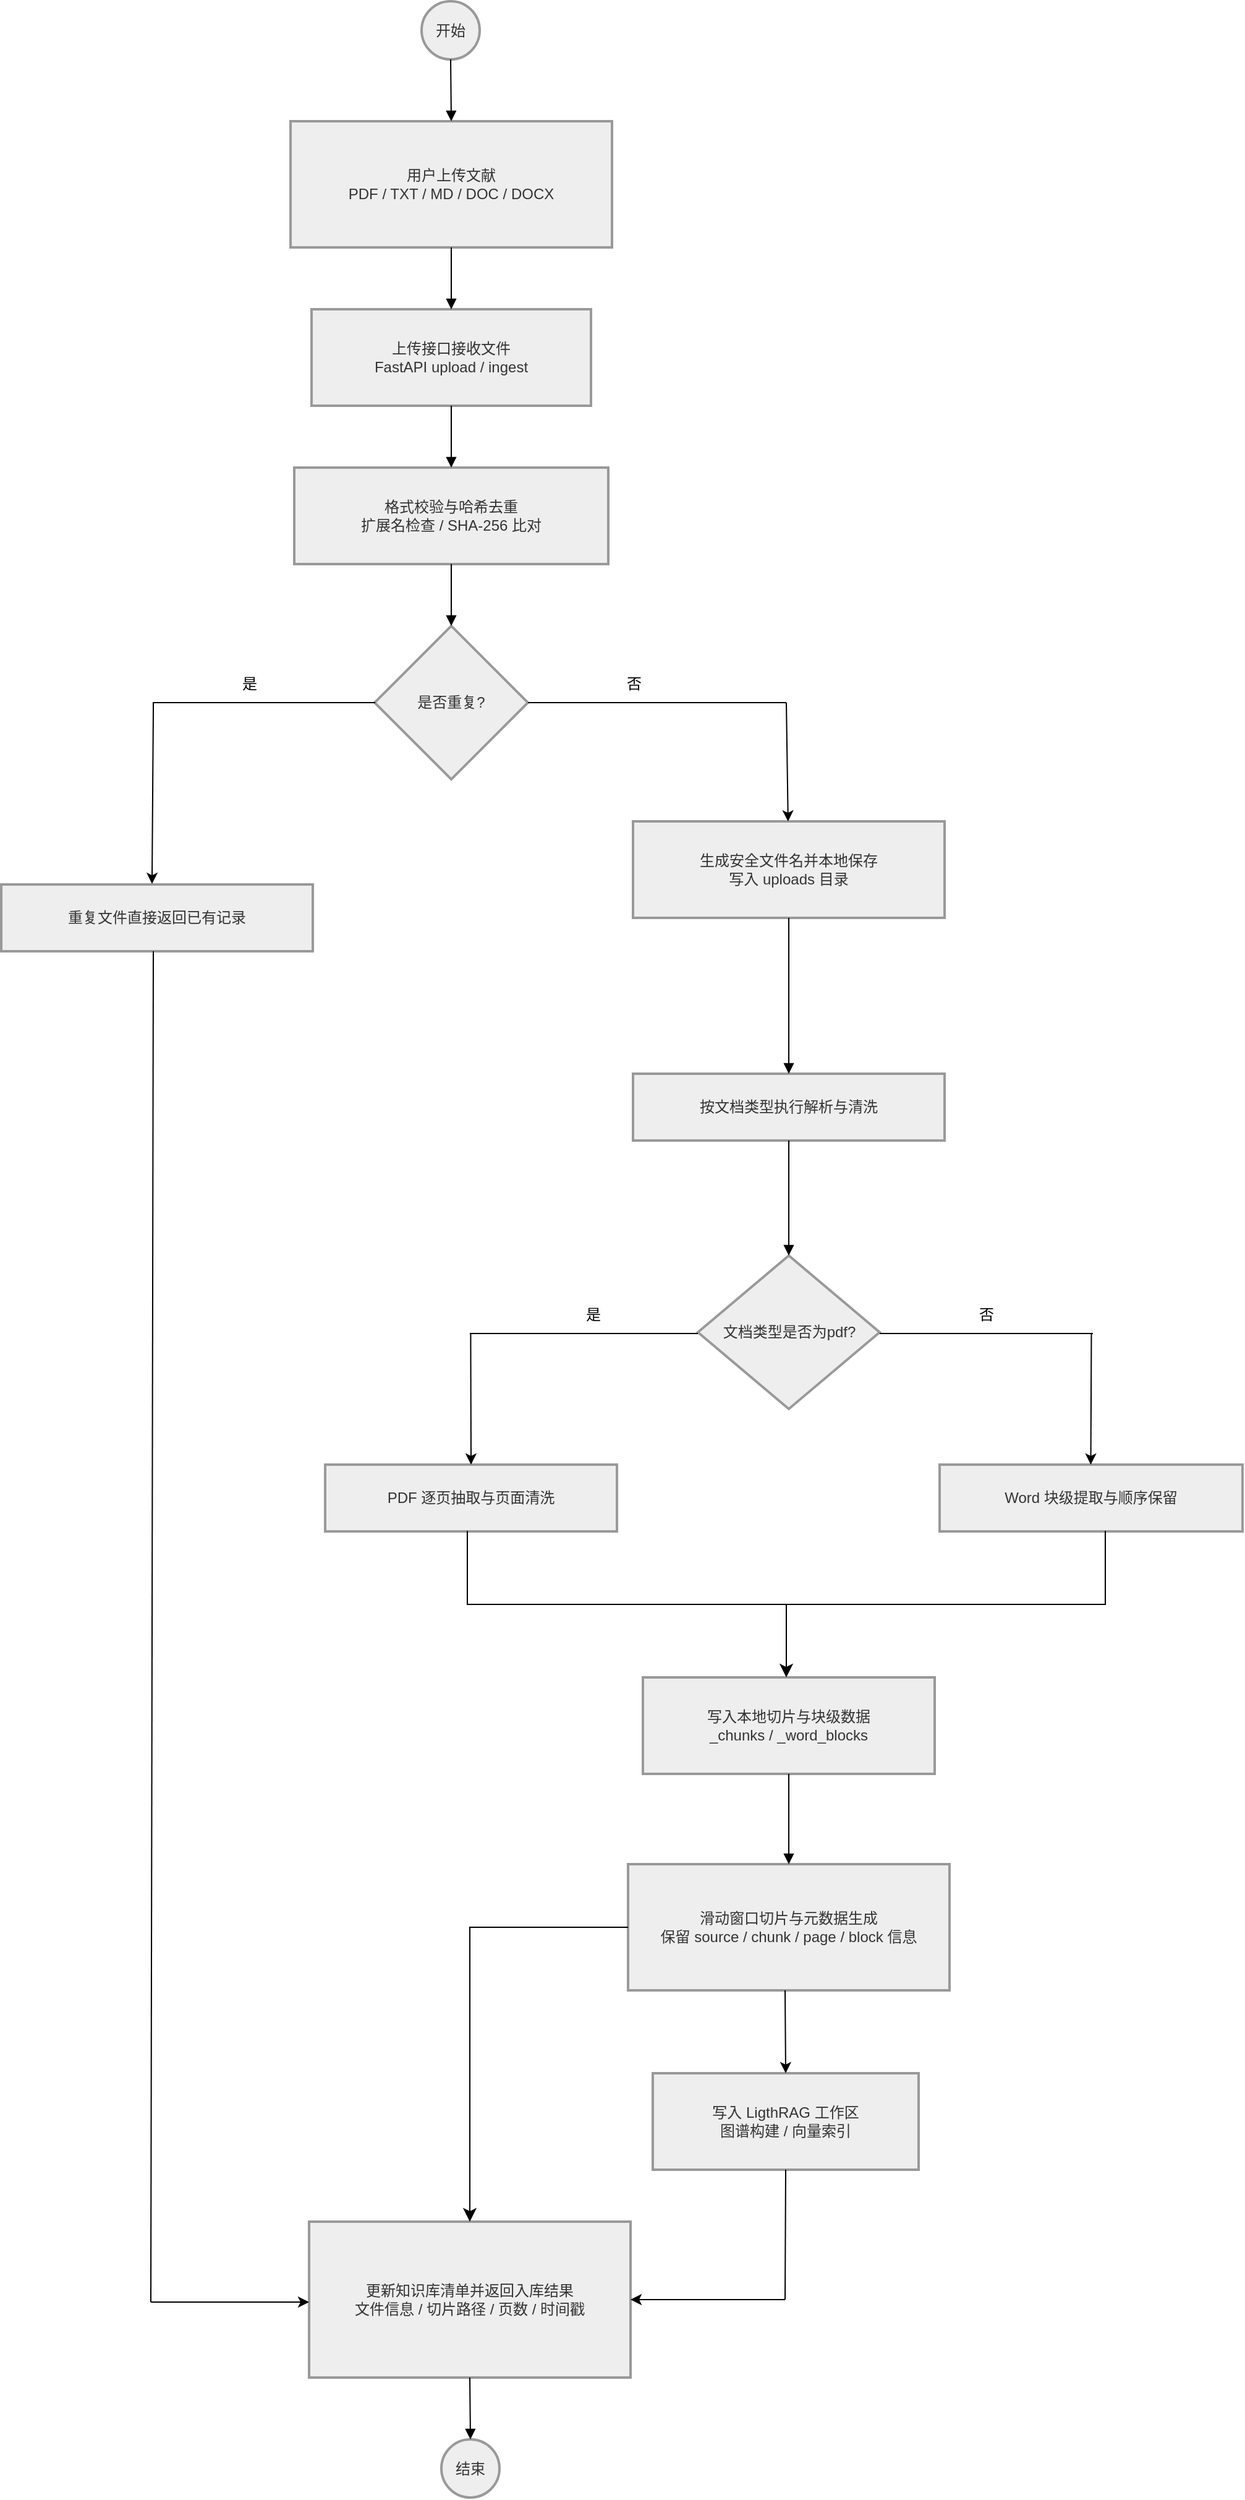
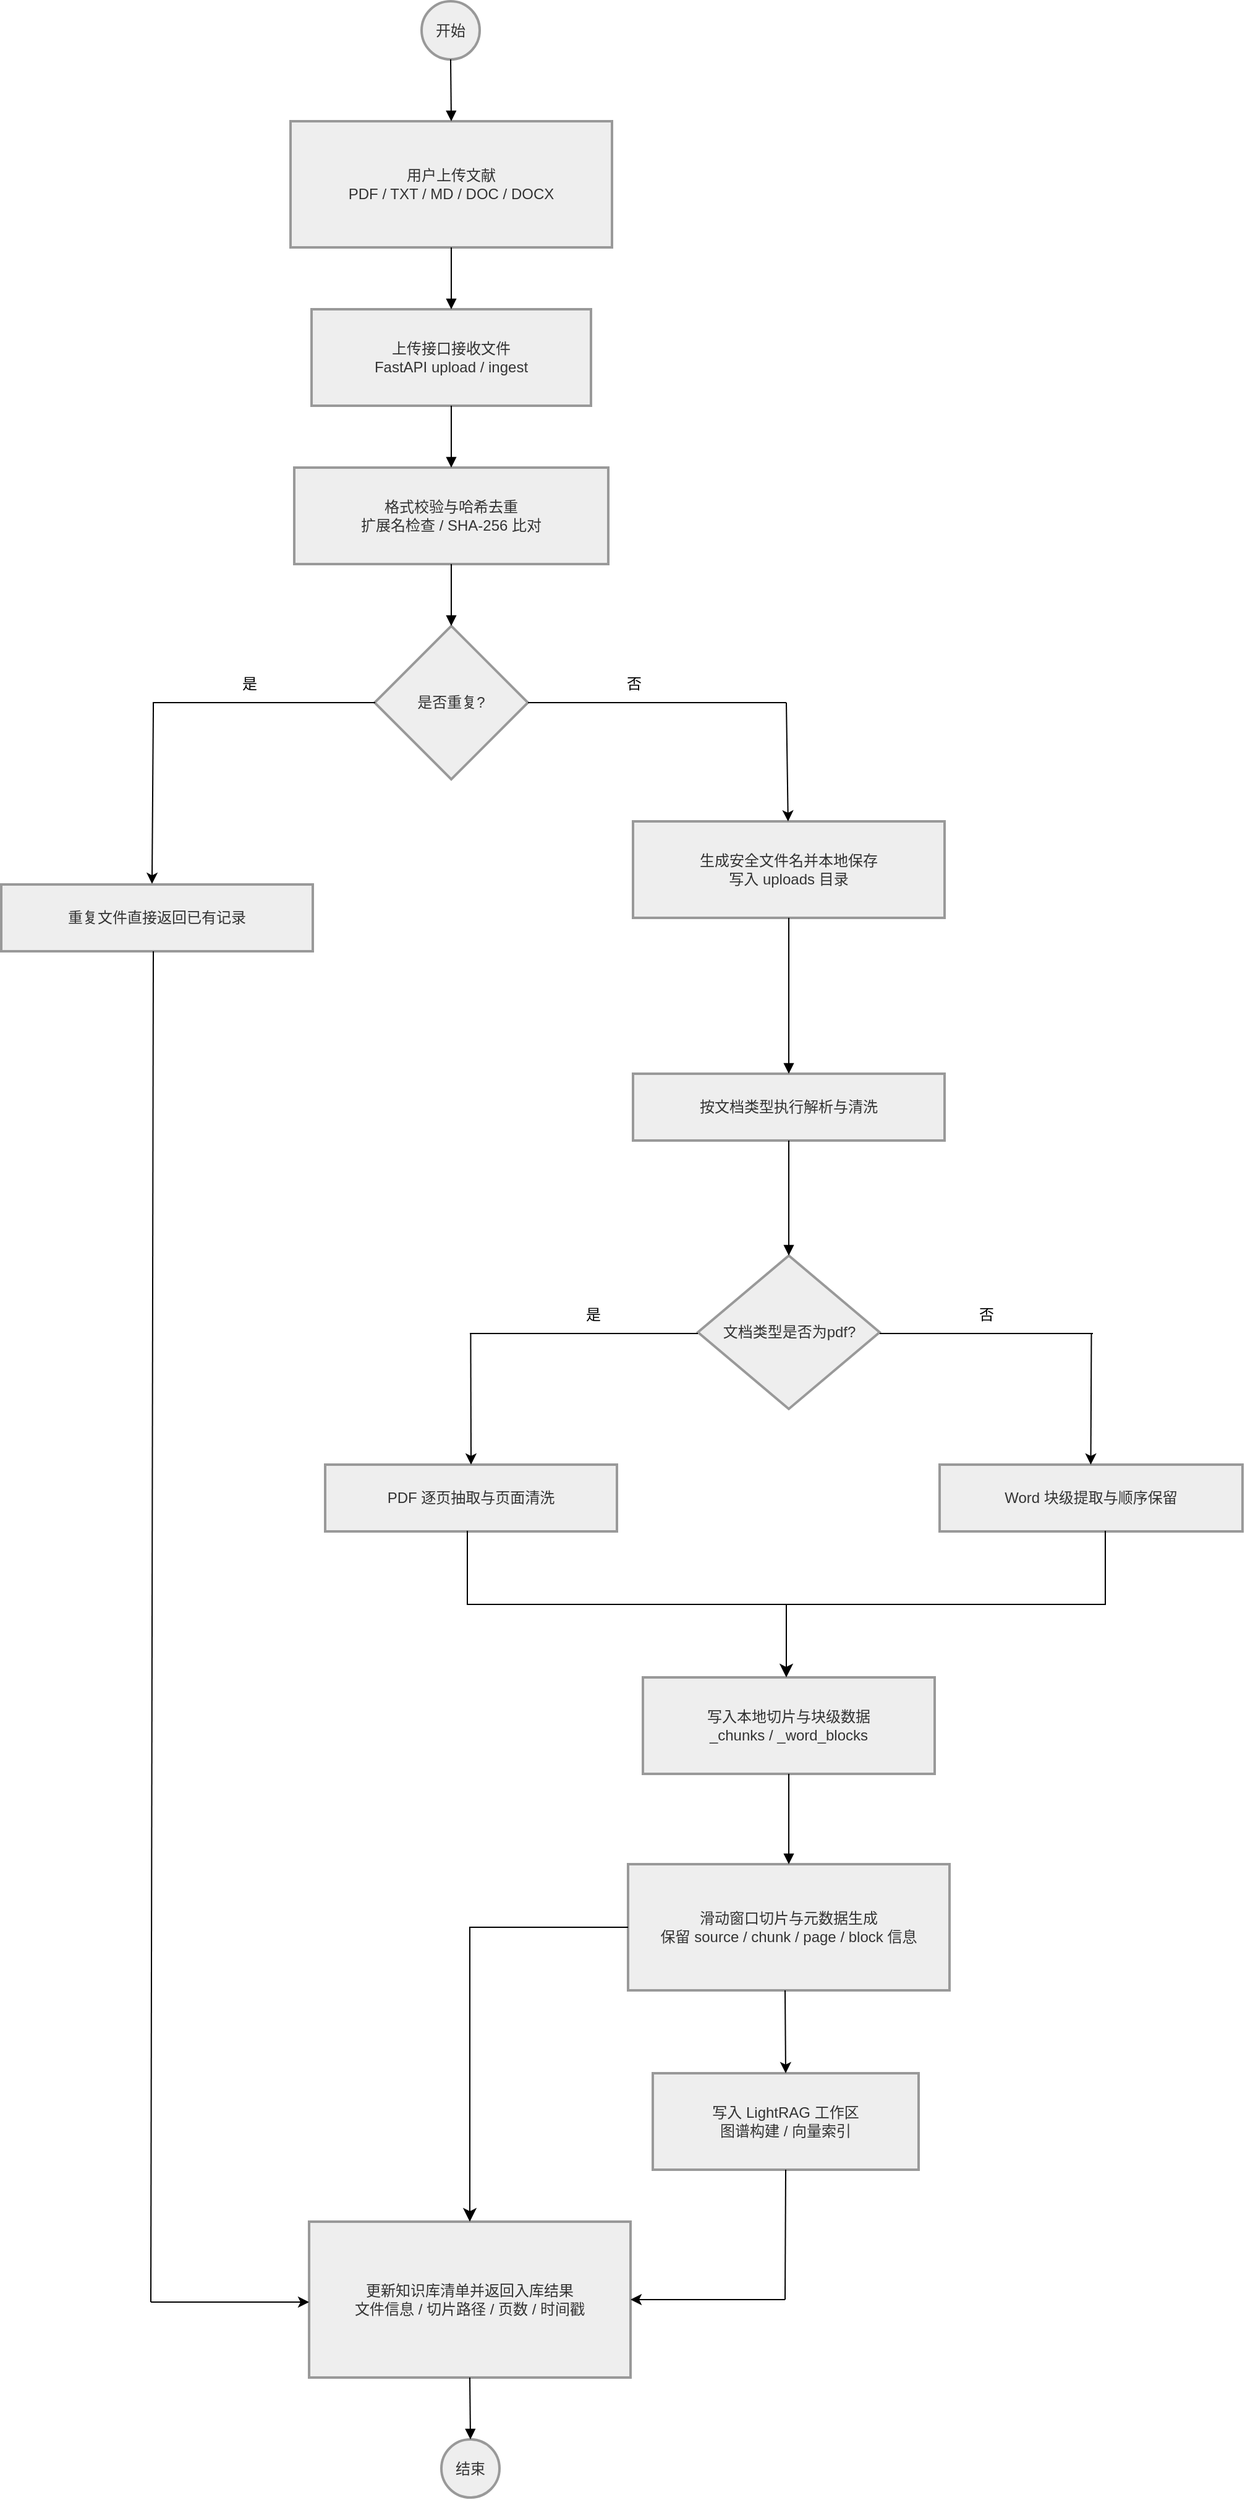
<mxfile host="app.diagrams.net">
  <diagram name="第 1 页" id="eaUElhT30oACYhtyObeu">
-     <mxGraphModel dx="734" dy="560" grid="0" gridSize="10" guides="0" tooltips="1" connect="1" arrows="1" fold="1" page="0" pageScale="1" pageWidth="827" pageHeight="1169" math="0" shadow="0">
+     <mxGraphModel dx="772" dy="677" grid="0" gridSize="10" guides="0" tooltips="1" connect="1" arrows="1" fold="1" page="0" pageScale="1" pageWidth="827" pageHeight="1169" math="0" shadow="0">
      <root>
        <mxCell id="0" />
        <mxCell id="1" parent="0" />
        <mxCell id="MYJxhn6R5cKvL6b2bYBv-18" parent="1" style="ellipse;aspect=fixed;strokeWidth=2;whiteSpace=wrap;fillColor=light-dark(#eeeeee,#1f2020);strokeColor=light-dark(#999999,#cccccc);fontColor=light-dark(#333333,#cccccc);" value="开始" vertex="1">
          <mxGeometry height="47" width="47" x="769" y="150" as="geometry" />
        </mxCell>
        <mxCell id="MYJxhn6R5cKvL6b2bYBv-19" parent="1" style="whiteSpace=wrap;strokeWidth=2;fillColor=light-dark(#eeeeee,#1f2020);strokeColor=light-dark(#999999,#cccccc);fontColor=light-dark(#333333,#cccccc);" value="用户上传文献&#xa;PDF / TXT / MD / DOC / DOCX" vertex="1">
          <mxGeometry height="102" width="260" x="663" y="247" as="geometry" />
        </mxCell>
        <mxCell id="MYJxhn6R5cKvL6b2bYBv-20" parent="1" style="whiteSpace=wrap;strokeWidth=2;fillColor=light-dark(#eeeeee,#1f2020);strokeColor=light-dark(#999999,#cccccc);fontColor=light-dark(#333333,#cccccc);" value="上传接口接收文件&#xa;FastAPI upload / ingest" vertex="1">
          <mxGeometry height="78" width="226" x="680" y="399" as="geometry" />
        </mxCell>
        <mxCell id="MYJxhn6R5cKvL6b2bYBv-21" parent="1" style="whiteSpace=wrap;strokeWidth=2;fillColor=light-dark(#eeeeee,#1f2020);strokeColor=light-dark(#999999,#cccccc);fontColor=light-dark(#333333,#cccccc);" value="格式校验与哈希去重&#xa;扩展名检查 / SHA-256 比对" vertex="1">
          <mxGeometry height="78" width="254" x="666" y="527" as="geometry" />
        </mxCell>
        <mxCell id="MYJxhn6R5cKvL6b2bYBv-22" parent="1" style="rhombus;strokeWidth=2;whiteSpace=wrap;fillColor=light-dark(#eeeeee,#1f2020);strokeColor=light-dark(#999999,#cccccc);fontColor=light-dark(#333333,#cccccc);" value="是否重复?" vertex="1">
          <mxGeometry height="124" width="124" x="731" y="655" as="geometry" />
        </mxCell>
        <mxCell id="MYJxhn6R5cKvL6b2bYBv-23" parent="1" style="whiteSpace=wrap;strokeWidth=2;fillColor=light-dark(#eeeeee,#1f2020);strokeColor=light-dark(#999999,#cccccc);fontColor=light-dark(#333333,#cccccc);" value="重复文件直接返回已有记录" vertex="1">
          <mxGeometry height="54" width="252" x="429" y="864" as="geometry" />
        </mxCell>
        <mxCell id="MYJxhn6R5cKvL6b2bYBv-24" parent="1" style="whiteSpace=wrap;strokeWidth=2;fillColor=light-dark(#eeeeee,#1f2020);strokeColor=light-dark(#999999,#cccccc);fontColor=light-dark(#333333,#cccccc);" value="生成安全文件名并本地保存&#xa;写入 uploads 目录" vertex="1">
          <mxGeometry height="78" width="252" x="940" y="813" as="geometry" />
        </mxCell>
        <mxCell id="MYJxhn6R5cKvL6b2bYBv-25" parent="1" style="whiteSpace=wrap;strokeWidth=2;fillColor=light-dark(#eeeeee,#1f2020);strokeColor=light-dark(#999999,#cccccc);fontColor=light-dark(#333333,#cccccc);" value="按文档类型执行解析与清洗" vertex="1">
          <mxGeometry height="54" width="252" x="940" y="1017" as="geometry" />
        </mxCell>
        <mxCell id="MYJxhn6R5cKvL6b2bYBv-26" parent="1" style="rhombus;strokeWidth=2;whiteSpace=wrap;fillColor=light-dark(#eeeeee,#1f2020);strokeColor=light-dark(#999999,#cccccc);fontColor=light-dark(#333333,#cccccc);" value="文档类型是否为pdf?" vertex="1">
          <mxGeometry height="124" width="147" x="992.5" y="1164" as="geometry" />
        </mxCell>
        <mxCell id="MYJxhn6R5cKvL6b2bYBv-27" parent="1" style="whiteSpace=wrap;strokeWidth=2;fillColor=light-dark(#eeeeee,#1f2020);strokeColor=light-dark(#999999,#cccccc);fontColor=light-dark(#333333,#cccccc);" value="PDF 逐页抽取与页面清洗" vertex="1">
          <mxGeometry height="54" width="236" x="691" y="1333" as="geometry" />
        </mxCell>
        <mxCell id="MYJxhn6R5cKvL6b2bYBv-28" parent="1" style="whiteSpace=wrap;strokeWidth=2;fillColor=light-dark(#eeeeee,#1f2020);strokeColor=light-dark(#999999,#cccccc);fontColor=light-dark(#333333,#cccccc);" value="Word 块级提取与顺序保留" vertex="1">
          <mxGeometry height="54" width="245" x="1188" y="1333" as="geometry" />
        </mxCell>
        <mxCell id="MYJxhn6R5cKvL6b2bYBv-29" parent="1" style="whiteSpace=wrap;strokeWidth=2;fillColor=light-dark(#eeeeee,#1f2020);strokeColor=light-dark(#999999,#cccccc);fontColor=light-dark(#333333,#cccccc);" value="写入本地切片与块级数据&#xa;_chunks / _word_blocks" vertex="1">
          <mxGeometry height="78" width="236" x="948" y="1505" as="geometry" />
        </mxCell>
        <mxCell id="MYJxhn6R5cKvL6b2bYBv-30" parent="1" style="whiteSpace=wrap;strokeWidth=2;fillColor=light-dark(#eeeeee,#1f2020);strokeColor=light-dark(#999999,#cccccc);fontColor=light-dark(#333333,#cccccc);" value="滑动窗口切片与元数据生成&#xa;保留 source / chunk / page / block 信息" vertex="1">
          <mxGeometry height="102" width="260" x="936" y="1656" as="geometry" />
        </mxCell>
-         <mxCell id="MYJxhn6R5cKvL6b2bYBv-31" parent="1" style="whiteSpace=wrap;strokeWidth=2;fillColor=light-dark(#eeeeee,#1f2020);strokeColor=light-dark(#999999,#cccccc);fontColor=light-dark(#333333,#cccccc);" value="写入 LigthRAG 工作区&#xa;图谱构建 / 向量索引" vertex="1">
+         <mxCell id="MYJxhn6R5cKvL6b2bYBv-31" parent="1" style="whiteSpace=wrap;strokeWidth=2;fillColor=light-dark(#eeeeee,#1f2020);strokeColor=light-dark(#999999,#cccccc);fontColor=light-dark(#333333,#cccccc);" value="写入 LightRAG 工作区&#xa;图谱构建 / 向量索引" vertex="1">
          <mxGeometry height="78" width="215" x="956" y="1825" as="geometry" />
        </mxCell>
        <mxCell id="MYJxhn6R5cKvL6b2bYBv-32" parent="1" style="whiteSpace=wrap;strokeWidth=2;fillColor=light-dark(#eeeeee,#1f2020);strokeColor=light-dark(#999999,#cccccc);fontColor=light-dark(#333333,#cccccc);" value="更新知识库清单并返回入库结果&#xa;文件信息 / 切片路径 / 页数 / 时间戳" vertex="1">
          <mxGeometry height="126" width="260" x="678" y="1945" as="geometry" />
        </mxCell>
        <mxCell id="MYJxhn6R5cKvL6b2bYBv-33" parent="1" style="ellipse;aspect=fixed;strokeWidth=2;whiteSpace=wrap;fillColor=light-dark(#eeeeee,#1f2020);strokeColor=light-dark(#999999,#cccccc);fontColor=light-dark(#333333,#cccccc);" value="结束" vertex="1">
          <mxGeometry height="47" width="47" x="785" y="2121" as="geometry" />
        </mxCell>
        <mxCell id="MYJxhn6R5cKvL6b2bYBv-34" edge="1" parent="1" source="MYJxhn6R5cKvL6b2bYBv-18" style="curved=1;startArrow=none;endArrow=block;exitX=0.51;exitY=1;entryX=0.5;entryY=0;rounded=0;" target="MYJxhn6R5cKvL6b2bYBv-19" value="">
          <mxGeometry relative="1" as="geometry">
            <Array as="points" />
          </mxGeometry>
        </mxCell>
        <mxCell id="MYJxhn6R5cKvL6b2bYBv-35" edge="1" parent="1" source="MYJxhn6R5cKvL6b2bYBv-19" style="curved=1;startArrow=none;endArrow=block;exitX=0.5;exitY=1;entryX=0.5;entryY=0;rounded=0;" target="MYJxhn6R5cKvL6b2bYBv-20" value="">
          <mxGeometry relative="1" as="geometry">
            <Array as="points" />
          </mxGeometry>
        </mxCell>
        <mxCell id="MYJxhn6R5cKvL6b2bYBv-36" edge="1" parent="1" source="MYJxhn6R5cKvL6b2bYBv-20" style="curved=1;startArrow=none;endArrow=block;exitX=0.5;exitY=1;entryX=0.5;entryY=0;rounded=0;" target="MYJxhn6R5cKvL6b2bYBv-21" value="">
          <mxGeometry relative="1" as="geometry">
            <Array as="points" />
          </mxGeometry>
        </mxCell>
        <mxCell id="MYJxhn6R5cKvL6b2bYBv-37" edge="1" parent="1" source="MYJxhn6R5cKvL6b2bYBv-21" style="curved=1;startArrow=none;endArrow=block;exitX=0.5;exitY=1;entryX=0.5;entryY=0;rounded=0;" target="MYJxhn6R5cKvL6b2bYBv-22" value="">
          <mxGeometry relative="1" as="geometry">
            <Array as="points" />
          </mxGeometry>
        </mxCell>
        <mxCell id="MYJxhn6R5cKvL6b2bYBv-40" edge="1" parent="1" source="MYJxhn6R5cKvL6b2bYBv-24" style="curved=1;startArrow=none;endArrow=block;exitX=0.5;exitY=1;entryX=0.5;entryY=0;rounded=0;" target="MYJxhn6R5cKvL6b2bYBv-25" value="">
          <mxGeometry relative="1" as="geometry">
            <Array as="points" />
          </mxGeometry>
        </mxCell>
        <mxCell id="MYJxhn6R5cKvL6b2bYBv-41" edge="1" parent="1" source="MYJxhn6R5cKvL6b2bYBv-25" style="curved=1;startArrow=none;endArrow=block;exitX=0.5;exitY=1;entryX=0.5;entryY=0;rounded=0;" target="MYJxhn6R5cKvL6b2bYBv-26" value="">
          <mxGeometry relative="1" as="geometry">
            <Array as="points" />
          </mxGeometry>
        </mxCell>
        <mxCell id="MYJxhn6R5cKvL6b2bYBv-46" edge="1" parent="1" source="MYJxhn6R5cKvL6b2bYBv-29" style="curved=1;startArrow=none;endArrow=block;exitX=0.5;exitY=1;entryX=0.5;entryY=0;rounded=0;" target="MYJxhn6R5cKvL6b2bYBv-30" value="">
          <mxGeometry relative="1" as="geometry">
            <Array as="points" />
          </mxGeometry>
        </mxCell>
        <mxCell id="MYJxhn6R5cKvL6b2bYBv-51" edge="1" parent="1" source="MYJxhn6R5cKvL6b2bYBv-32" style="curved=1;startArrow=none;endArrow=block;exitX=0.5;exitY=1;entryX=0.5;entryY=-0.01;rounded=0;" target="MYJxhn6R5cKvL6b2bYBv-33" value="">
          <mxGeometry relative="1" as="geometry">
            <Array as="points" />
          </mxGeometry>
        </mxCell>
        <mxCell id="MYJxhn6R5cKvL6b2bYBv-53" parent="1" style="shape=partialRectangle;whiteSpace=wrap;html=1;bottom=0;right=0;fillColor=none;" value="" vertex="1">
          <mxGeometry height="7" width="179" x="552" y="717" as="geometry" />
        </mxCell>
        <mxCell id="MYJxhn6R5cKvL6b2bYBv-59" edge="1" parent="1" style="edgeStyle=segmentEdgeStyle;endArrow=classic;html=1;curved=0;rounded=0;endSize=8;startSize=8;entryX=0;entryY=0.5;entryDx=0;entryDy=0;entryPerimeter=0;" value="">
          <mxGeometry height="50" relative="1" width="50" as="geometry">
            <mxPoint x="1056" y="1446" as="sourcePoint" />
            <mxPoint x="1064" y="1505.0000000000002" as="targetPoint" />
          </mxGeometry>
        </mxCell>
        <mxCell id="MYJxhn6R5cKvL6b2bYBv-60" parent="1" style="shape=partialRectangle;whiteSpace=wrap;html=1;bottom=0;right=0;fillColor=none;direction=west;" value="" vertex="1">
          <mxGeometry height="59" width="259" x="1063" y="1387" as="geometry" />
        </mxCell>
        <mxCell id="MYJxhn6R5cKvL6b2bYBv-61" parent="1" style="shape=partialRectangle;whiteSpace=wrap;html=1;bottom=0;right=0;fillColor=none;direction=north;" value="" vertex="1">
          <mxGeometry height="59" width="258" x="806" y="1387" as="geometry" />
        </mxCell>
        <mxCell id="MYJxhn6R5cKvL6b2bYBv-63" edge="1" parent="1" style="endArrow=classic;html=1;rounded=0;entryX=0.484;entryY=-0.009;entryDx=0;entryDy=0;entryPerimeter=0;" target="MYJxhn6R5cKvL6b2bYBv-23" value="">
          <mxGeometry height="50" relative="1" width="50" as="geometry">
            <mxPoint x="552" y="723" as="sourcePoint" />
            <mxPoint x="552" y="779" as="targetPoint" />
          </mxGeometry>
        </mxCell>
        <mxCell id="MYJxhn6R5cKvL6b2bYBv-64" edge="1" parent="1" style="endArrow=classic;html=1;rounded=0;" target="MYJxhn6R5cKvL6b2bYBv-24" value="">
          <mxGeometry height="50" relative="1" width="50" as="geometry">
            <mxPoint x="1064" y="717" as="sourcePoint" />
            <mxPoint x="1114" y="667" as="targetPoint" />
          </mxGeometry>
        </mxCell>
        <mxCell id="MYJxhn6R5cKvL6b2bYBv-66" edge="1" parent="1" style="endArrow=none;html=1;rounded=0;" value="">
          <mxGeometry height="50" relative="1" width="50" as="geometry">
            <mxPoint x="855" y="717" as="sourcePoint" />
            <mxPoint x="1064" y="717" as="targetPoint" />
          </mxGeometry>
        </mxCell>
        <mxCell id="MYJxhn6R5cKvL6b2bYBv-68" parent="1" style="text;html=1;whiteSpace=wrap;strokeColor=none;fillColor=none;align=center;verticalAlign=middle;rounded=0;" value="是" vertex="1">
          <mxGeometry height="30" width="60" x="600" y="687" as="geometry" />
        </mxCell>
        <mxCell id="MYJxhn6R5cKvL6b2bYBv-69" parent="1" style="text;html=1;whiteSpace=wrap;strokeColor=none;fillColor=none;align=center;verticalAlign=middle;rounded=0;" value="否" vertex="1">
          <mxGeometry height="30" width="60" x="911" y="687" as="geometry" />
        </mxCell>
        <mxCell id="MYJxhn6R5cKvL6b2bYBv-70" edge="1" parent="1" style="endArrow=none;html=1;rounded=0;" value="">
          <mxGeometry height="50" relative="1" width="50" as="geometry">
            <mxPoint x="808" y="1227" as="sourcePoint" />
            <mxPoint x="992.5" y="1227" as="targetPoint" />
          </mxGeometry>
        </mxCell>
        <mxCell id="MYJxhn6R5cKvL6b2bYBv-71" edge="1" parent="1" style="endArrow=none;html=1;rounded=0;" value="">
          <mxGeometry height="50" relative="1" width="50" as="geometry">
            <mxPoint x="1139.5" y="1227" as="sourcePoint" />
            <mxPoint x="1312" y="1227" as="targetPoint" />
          </mxGeometry>
        </mxCell>
        <mxCell id="MYJxhn6R5cKvL6b2bYBv-72" edge="1" parent="1" style="endArrow=classic;html=1;rounded=0;entryX=0.5;entryY=0;entryDx=0;entryDy=0;" target="MYJxhn6R5cKvL6b2bYBv-27" value="">
          <mxGeometry height="50" relative="1" width="50" as="geometry">
            <mxPoint x="808.7" y="1227" as="sourcePoint" />
            <mxPoint x="808.7" y="1288" as="targetPoint" />
          </mxGeometry>
        </mxCell>
        <mxCell id="MYJxhn6R5cKvL6b2bYBv-73" edge="1" parent="1" style="endArrow=classic;html=1;rounded=0;entryX=0.5;entryY=0;entryDx=0;entryDy=0;" value="">
          <mxGeometry height="50" relative="1" width="50" as="geometry">
            <mxPoint x="1310.75" y="1227" as="sourcePoint" />
            <mxPoint x="1310.25" y="1333" as="targetPoint" />
          </mxGeometry>
        </mxCell>
        <mxCell id="MYJxhn6R5cKvL6b2bYBv-74" parent="1" style="text;html=1;whiteSpace=wrap;strokeColor=none;fillColor=none;align=center;verticalAlign=middle;rounded=0;" value="是" vertex="1">
          <mxGeometry height="30" width="60" x="878" y="1197" as="geometry" />
        </mxCell>
        <mxCell id="MYJxhn6R5cKvL6b2bYBv-75" parent="1" style="text;html=1;whiteSpace=wrap;strokeColor=none;fillColor=none;align=center;verticalAlign=middle;rounded=0;" value="否" vertex="1">
          <mxGeometry height="30" width="60" x="1196" y="1197" as="geometry" />
        </mxCell>
        <mxCell id="MYJxhn6R5cKvL6b2bYBv-76" edge="1" parent="1" style="endArrow=classic;html=1;rounded=0;entryX=0.5;entryY=0;entryDx=0;entryDy=0;" target="MYJxhn6R5cKvL6b2bYBv-31" value="">
          <mxGeometry height="50" relative="1" width="50" as="geometry">
            <mxPoint x="1063" y="1758" as="sourcePoint" />
            <mxPoint x="1113" y="1708" as="targetPoint" />
          </mxGeometry>
        </mxCell>
        <mxCell id="MYJxhn6R5cKvL6b2bYBv-78" edge="1" parent="1" style="endArrow=classic;html=1;rounded=0;entryX=1;entryY=0.5;entryDx=0;entryDy=0;" target="MYJxhn6R5cKvL6b2bYBv-32" value="">
          <mxGeometry height="50" relative="1" width="50" as="geometry">
            <mxPoint x="1063" y="2008" as="sourcePoint" />
            <mxPoint x="1113" y="1958" as="targetPoint" />
          </mxGeometry>
        </mxCell>
        <mxCell id="MYJxhn6R5cKvL6b2bYBv-79" edge="1" parent="1" style="endArrow=none;html=1;rounded=0;entryX=0.5;entryY=1;entryDx=0;entryDy=0;" target="MYJxhn6R5cKvL6b2bYBv-31" value="">
          <mxGeometry height="50" relative="1" width="50" as="geometry">
            <mxPoint x="1063" y="2008" as="sourcePoint" />
            <mxPoint x="1113" y="1958" as="targetPoint" />
          </mxGeometry>
        </mxCell>
        <mxCell id="MYJxhn6R5cKvL6b2bYBv-80" edge="1" parent="1" source="MYJxhn6R5cKvL6b2bYBv-30" style="edgeStyle=segmentEdgeStyle;endArrow=classic;html=1;curved=0;rounded=0;endSize=8;startSize=8;entryX=0.5;entryY=0;entryDx=0;entryDy=0;exitX=0;exitY=0.5;exitDx=0;exitDy=0;" target="MYJxhn6R5cKvL6b2bYBv-32" value="">
          <mxGeometry height="50" relative="1" width="50" as="geometry">
            <mxPoint x="766" y="1758" as="sourcePoint" />
            <mxPoint x="816" y="1708" as="targetPoint" />
          </mxGeometry>
        </mxCell>
        <mxCell id="MYJxhn6R5cKvL6b2bYBv-83" edge="1" parent="1" style="endArrow=none;html=1;rounded=0;" value="">
          <mxGeometry height="50" relative="1" width="50" as="geometry">
            <mxPoint x="550" y="2010" as="sourcePoint" />
            <mxPoint x="552" y="918" as="targetPoint" />
          </mxGeometry>
        </mxCell>
        <mxCell id="MYJxhn6R5cKvL6b2bYBv-84" edge="1" parent="1" style="endArrow=classic;html=1;rounded=0;" value="">
          <mxGeometry height="50" relative="1" width="50" as="geometry">
            <mxPoint x="550" y="2010" as="sourcePoint" />
            <mxPoint x="678" y="2010" as="targetPoint" />
          </mxGeometry>
        </mxCell>
      </root>
    </mxGraphModel>
  </diagram>
</mxfile>
